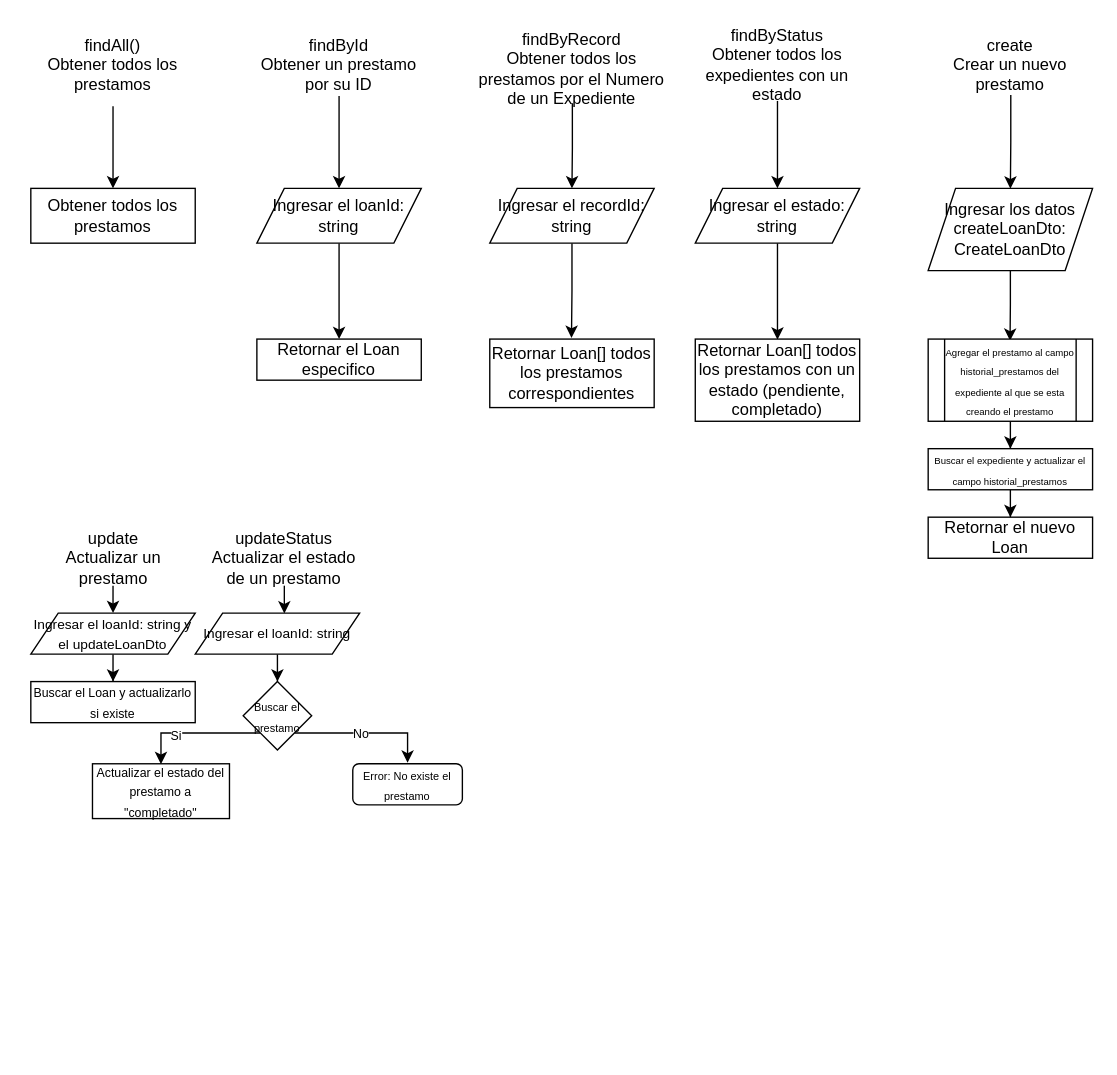
Above: loansService.drawio in ialmontedr0/pacv2-backend (draw.io), before the change. Source tidied: cells renumbered, new cells numbered last; positions are measured from the earlier drawing's top-left corner, leaving out a move shared by most shapes. Both pictures are drawn from the tidied source at 137%, with x=0, y=0 at pixel (23, 23).
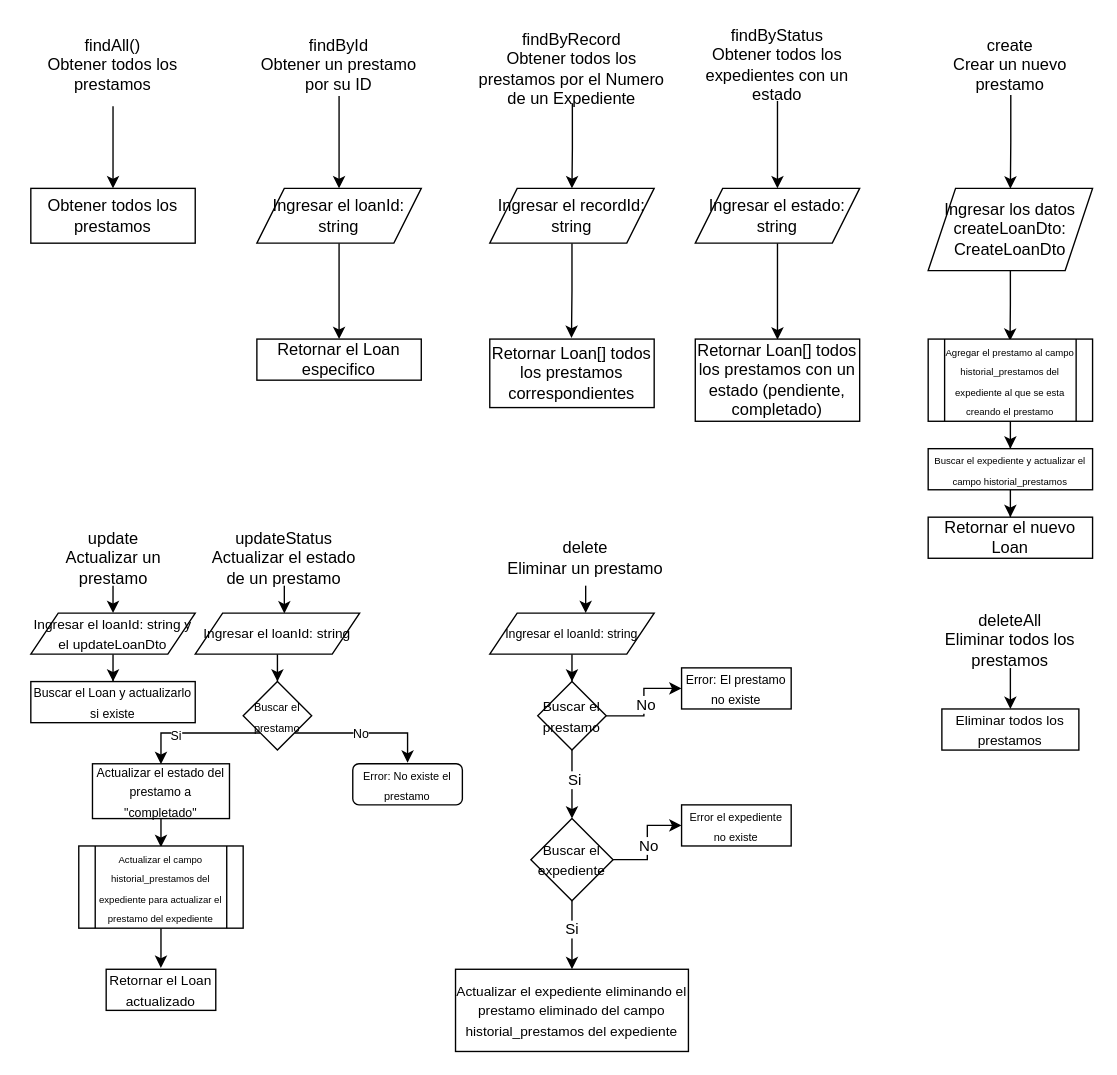
The same page after the edit.

The change refers to these unchanged cells:
```xml
<mxCell id="45" value="&lt;font style=&quot;font-size: 9px;&quot;&gt;Actualizar el estado del prestamo a &quot;completado&quot;&lt;/font&gt;" style="rounded=0;whiteSpace=wrap;html=1;" parent="1" vertex="1">
  <mxGeometry x="50" y="540" width="100" height="40" as="geometry" />
</mxCell>
```

Change to the diagram source:
```diff
@@
+    <mxCell id="46" style="edgeStyle=orthogonalEdgeStyle;rounded=0;jettySize=auto;html=1;entryX=0.5;entryY=0.014;entryDx=0;entryDy=0;entryPerimeter=0;" parent="1" edge="1" source="45" target="48">
+      <mxGeometry relative="1" as="geometry" />
+    </mxCell>
@@
+    <mxCell id="47" style="edgeStyle=orthogonalEdgeStyle;rounded=0;jettySize=auto;html=1;entryX=0.499;entryY=-0.032;entryDx=0;entryDy=0;entryPerimeter=0;" parent="1" edge="1" source="48" target="49">
+      <mxGeometry relative="1" as="geometry" />
+    </mxCell>
+    <mxCell id="48" value="&lt;font style=&quot;font-size: 7px;&quot;&gt;Actualizar el campo historial_prestamos del expediente para actualizar el prestamo del expediente&lt;/font&gt;" style="shape=process;whiteSpace=wrap;html=1;backgroundOutline=1;" parent="1" vertex="1">
+      <mxGeometry x="40" y="600" width="120" height="60" as="geometry" />
+    </mxCell>
+    <mxCell id="49" value="&lt;font style=&quot;font-size: 10px;&quot;&gt;Retornar el Loan actualizado&lt;/font&gt;" style="rounded=0;whiteSpace=wrap;html=1;" parent="1" vertex="1">
+      <mxGeometry x="60" y="690" width="80" height="30" as="geometry" />
+    </mxCell>
+    <mxCell id="50" style="edgeStyle=orthogonalEdgeStyle;rounded=0;jettySize=auto;html=1;entryX=0.581;entryY=0.009;entryDx=0;entryDy=0;entryPerimeter=0;" parent="1" edge="1" source="51" target="53">
+      <mxGeometry relative="1" as="geometry" />
+    </mxCell>
+    <mxCell id="51" value="&lt;div&gt;delete&lt;/div&gt;&lt;div&gt;Eliminar un prestamo&lt;br&gt;&lt;/div&gt;" style="text;html=1;align=center;verticalAlign=middle;whiteSpace=wrap;rounded=0;" parent="1" vertex="1">
+      <mxGeometry x="350" y="370" width="120" height="40" as="geometry" />
+    </mxCell>
+    <mxCell id="52" style="edgeStyle=orthogonalEdgeStyle;rounded=0;jettySize=auto;html=1;" parent="1" edge="1" source="53" target="58">
+      <mxGeometry relative="1" as="geometry" />
+    </mxCell>
+    <mxCell id="53" value="&lt;font style=&quot;font-size: 9px;&quot;&gt;Ingresar el loanId: string&lt;br&gt;&lt;/font&gt;" style="shape=parallelogram;perimeter=parallelogramPerimeter;whiteSpace=wrap;html=1;fixedSize=1;" parent="1" vertex="1">
+      <mxGeometry x="340" y="430" width="120" height="30" as="geometry" />
+    </mxCell>
+    <mxCell id="54" style="edgeStyle=orthogonalEdgeStyle;rounded=0;jettySize=auto;html=1;" parent="1" edge="1" source="58" target="59">
+      <mxGeometry relative="1" as="geometry" />
+    </mxCell>
+    <mxCell id="55" value="No" style="edgeLabel;html=1;align=center;verticalAlign=middle;" parent="54" vertex="1">
+      <mxGeometry x="-0.05" y="-1" relative="1" as="geometry" />
+    </mxCell>
+    <mxCell id="56" style="edgeStyle=orthogonalEdgeStyle;rounded=0;jettySize=auto;html=1;" parent="1" edge="1" source="58" target="64">
+      <mxGeometry relative="1" as="geometry" />
+    </mxCell>
+    <mxCell id="57" value="Si" style="edgeLabel;html=1;align=center;verticalAlign=middle;" parent="56" vertex="1">
+      <mxGeometry x="-0.16" y="1" relative="1" as="geometry" />
+    </mxCell>
+    <mxCell id="58" value="&lt;font style=&quot;font-size: 10px;&quot;&gt;Buscar el prestamo&lt;font style=&quot;font-size: 10px;&quot;&gt;&lt;br&gt;&lt;/font&gt;&lt;/font&gt;" style="rhombus;whiteSpace=wrap;html=1;" parent="1" vertex="1">
+      <mxGeometry x="375" y="480" width="50" height="50" as="geometry" />
+    </mxCell>
+    <mxCell id="59" value="&lt;font style=&quot;font-size: 9px;&quot;&gt;Error: El prestamo no existe&lt;font style=&quot;font-size: 9px;&quot;&gt;&lt;br&gt;&lt;/font&gt;&lt;/font&gt;" style="whiteSpace=wrap;html=1;" parent="1" vertex="1">
+      <mxGeometry x="480" y="470" width="80" height="30" as="geometry" />
+    </mxCell>
+    <mxCell id="60" style="edgeStyle=orthogonalEdgeStyle;rounded=0;jettySize=auto;html=1;" parent="1" edge="1" source="64" target="65">
+      <mxGeometry relative="1" as="geometry" />
+    </mxCell>
+    <mxCell id="61" value="No" style="edgeLabel;html=1;align=center;verticalAlign=middle;" parent="60" vertex="1">
+      <mxGeometry x="-0.04" relative="1" as="geometry" />
+    </mxCell>
+    <mxCell id="62" style="edgeStyle=orthogonalEdgeStyle;rounded=0;jettySize=auto;html=1;" parent="1" edge="1" source="64" target="66">
+      <mxGeometry relative="1" as="geometry" />
+    </mxCell>
+    <mxCell id="63" value="Si" style="edgeLabel;html=1;align=center;verticalAlign=middle;" parent="62" vertex="1">
+      <mxGeometry x="-0.21" y="-1" relative="1" as="geometry" />
+    </mxCell>
+    <mxCell id="64" value="&lt;font style=&quot;font-size: 10px;&quot;&gt;Buscar el expediente&lt;/font&gt;" style="rhombus;whiteSpace=wrap;html=1;" parent="1" vertex="1">
+      <mxGeometry x="370" y="580" width="60" height="60" as="geometry" />
+    </mxCell>
+    <mxCell id="65" value="&lt;font style=&quot;font-size: 8px;&quot;&gt;Error el expediente no existe&lt;br&gt;&lt;/font&gt;" style="whiteSpace=wrap;html=1;" parent="1" vertex="1">
+      <mxGeometry x="480" y="570" width="80" height="30" as="geometry" />
+    </mxCell>
+    <mxCell id="66" value="&lt;font style=&quot;font-size: 10px;&quot;&gt;Actualizar el expediente eliminando el prestamo eliminado del campo historial_prestamos del expediente&lt;/font&gt;" style="whiteSpace=wrap;html=1;" parent="1" vertex="1">
+      <mxGeometry x="315" y="690" width="170" height="60" as="geometry" />
+    </mxCell>
+    <mxCell id="67" style="edgeStyle=orthogonalEdgeStyle;rounded=0;jettySize=auto;html=1;" parent="1" edge="1" source="68" target="69">
+      <mxGeometry relative="1" as="geometry" />
+    </mxCell>
+    <mxCell id="68" value="&lt;div&gt;deleteAll&lt;/div&gt;&lt;div&gt;Eliminar todos los prestamos&lt;br&gt;&lt;/div&gt;" style="text;html=1;align=center;verticalAlign=middle;whiteSpace=wrap;rounded=0;" parent="1" vertex="1">
+      <mxGeometry x="660" y="430" width="120" height="40" as="geometry" />
+    </mxCell>
+    <mxCell id="69" value="&lt;font style=&quot;font-size: 10px;&quot;&gt;Eliminar todos los prestamos&lt;/font&gt;" style="whiteSpace=wrap;html=1;" parent="1" vertex="1">
+      <mxGeometry x="670" y="500" width="100" height="30" as="geometry" />
+    </mxCell>
```
